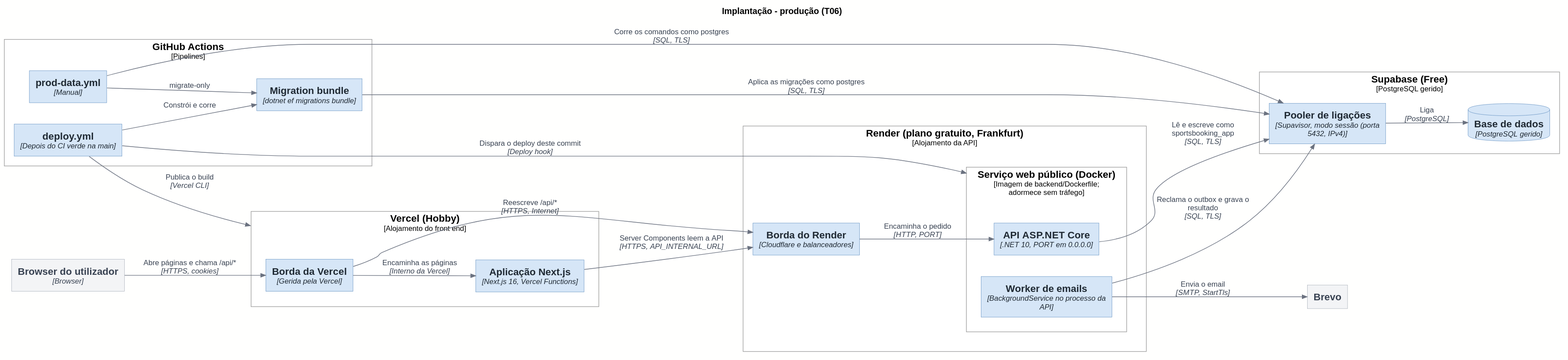
The PlantUML diagram docs/architecture/out/04-deployment-prod.svg in rodrigo4sousa/SportsEstablishments, before a commit.
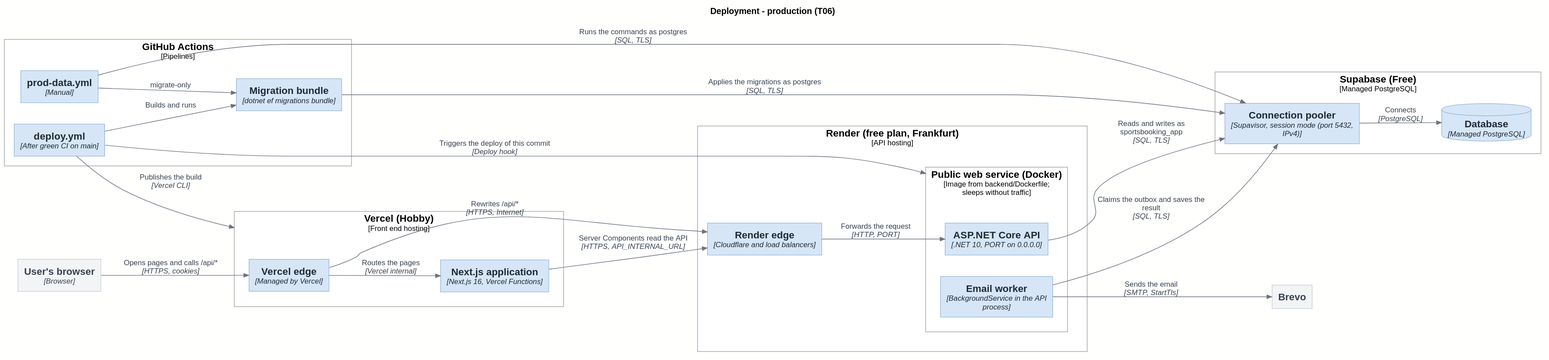
Later version of the same file.

Change to the diagram source:
```diff
@@ -2,51 +2,51 @@
 !include <C4/C4_Deployment>
 !include ../style.puml
 
-title Implantação - produção (T06)
+title Deployment - production (T06)
 
 LAYOUT_LEFT_RIGHT()
 
-Container_Ext(C_BROWSER, "Browser do utilizador", "Browser")
+Container_Ext(C_BROWSER, "User's browser", "Browser")
 
-Deployment_Node(PL_VERCEL, "Vercel (Hobby)", "Alojamento do front end") {
-  Container(PL_VERCEL_EDGE, "Borda da Vercel", "Gerida pela Vercel")
-  Container(C_WEB, "Aplicação Next.js", "Next.js 16, Vercel Functions")
+Deployment_Node(PL_VERCEL, "Vercel (Hobby)", "Front end hosting") {
+  Container(PL_VERCEL_EDGE, "Vercel edge", "Managed by Vercel")
+  Container(C_WEB, "Next.js application", "Next.js 16, Vercel Functions")
 }
 
-Deployment_Node(PL_RENDER, "Render (plano gratuito, Frankfurt)", "Alojamento da API") {
-  Container(PL_RENDER_EDGE, "Borda do Render", "Cloudflare e balanceadores")
-  Deployment_Node(PL_RENDER_API, "Serviço web público (Docker)", "Imagem de backend/Dockerfile; adormece sem tráfego") {
-    Container(C_API, "API ASP.NET Core", ".NET 10, PORT em 0.0.0.0")
-    Container(C_WORKER, "Worker de emails", "BackgroundService no processo da API")
+Deployment_Node(PL_RENDER, "Render (free plan, Frankfurt)", "API hosting") {
+  Container(PL_RENDER_EDGE, "Render edge", "Cloudflare and load balancers")
+  Deployment_Node(PL_RENDER_API, "Public web service (Docker)", "Image from backend/Dockerfile; sleeps without traffic") {
+    Container(C_API, "ASP.NET Core API", ".NET 10, PORT on 0.0.0.0")
+    Container(C_WORKER, "Email worker", "BackgroundService in the API process")
   }
 }
 
-Deployment_Node(PL_SUPABASE, "Supabase (Free)", "PostgreSQL gerido") {
-  Container(PL_SUPAPOOL, "Pooler de ligações", "Supavisor, modo sessão (porta 5432, IPv4)")
-  ContainerDb(C_DB, "Base de dados", "PostgreSQL gerido")
+Deployment_Node(PL_SUPABASE, "Supabase (Free)", "Managed PostgreSQL") {
+  Container(PL_SUPAPOOL, "Connection pooler", "Supavisor, session mode (port 5432, IPv4)")
+  ContainerDb(C_DB, "Database", "Managed PostgreSQL")
 }
 
 System_Ext(PL_BREVO, "Brevo")
 
 Deployment_Node(X_GHA, "GitHub Actions", "Pipelines") {
-  Container(PL_DEPLOY, "deploy.yml", "Depois do CI verde na main")
+  Container(PL_DEPLOY, "deploy.yml", "After green CI on main")
   Container(PL_PRODDATA, "prod-data.yml", "Manual")
   Container(PL_MIGBUNDLE, "Migration bundle", "dotnet ef migrations bundle")
 }
 
-Rel(C_BROWSER, PL_VERCEL_EDGE, $plain("Abre páginas e chama /api/*"), "HTTPS, cookies")
-Rel(PL_VERCEL_EDGE, C_WEB, $plain("Encaminha as páginas"), "Interno da Vercel")
-Rel(PL_VERCEL_EDGE, PL_RENDER_EDGE, $plain("Reescreve /api/*"), "HTTPS, Internet")
-Rel(C_WEB, PL_RENDER_EDGE, $plain("Server Components leem a API"), "HTTPS, API_INTERNAL_URL")
-Rel(PL_RENDER_EDGE, C_API, $plain("Encaminha o pedido"), "HTTP, PORT")
-Rel(C_API, PL_SUPAPOOL, $plain("Lê e escreve como sportsbooking_app"), "SQL, TLS")
-Rel(C_WORKER, PL_SUPAPOOL, $plain("Reclama o outbox e grava o resultado"), "SQL, TLS")
-Rel(PL_SUPAPOOL, C_DB, $plain("Liga"), "PostgreSQL")
-Rel(C_WORKER, PL_BREVO, $plain("Envia o email"), "SMTP, StartTls")
-Rel(PL_DEPLOY, PL_MIGBUNDLE, $plain("Constrói e corre"), "")
+Rel(C_BROWSER, PL_VERCEL_EDGE, $plain("Opens pages and calls /api/*"), "HTTPS, cookies")
+Rel(PL_VERCEL_EDGE, C_WEB, $plain("Routes the pages"), "Vercel internal")
+Rel(PL_VERCEL_EDGE, PL_RENDER_EDGE, $plain("Rewrites /api/*"), "HTTPS, Internet")
+Rel(C_WEB, PL_RENDER_EDGE, $plain("Server Components read the API"), "HTTPS, API_INTERNAL_URL")
+Rel(PL_RENDER_EDGE, C_API, $plain("Forwards the request"), "HTTP, PORT")
+Rel(C_API, PL_SUPAPOOL, $plain("Reads and writes as sportsbooking_app"), "SQL, TLS")
+Rel(C_WORKER, PL_SUPAPOOL, $plain("Claims the outbox and saves the result"), "SQL, TLS")
+Rel(PL_SUPAPOOL, C_DB, $plain("Connects"), "PostgreSQL")
+Rel(C_WORKER, PL_BREVO, $plain("Sends the email"), "SMTP, StartTls")
+Rel(PL_DEPLOY, PL_MIGBUNDLE, $plain("Builds and runs"), "")
 Rel(PL_PRODDATA, PL_MIGBUNDLE, $plain("migrate-only"), "")
-Rel(PL_MIGBUNDLE, PL_SUPAPOOL, $plain("Aplica as migrações como postgres"), "SQL, TLS")
-Rel(PL_PRODDATA, PL_SUPAPOOL, $plain("Corre os comandos como postgres"), "SQL, TLS")
-Rel(PL_DEPLOY, PL_RENDER_API, $plain("Dispara o deploy deste commit"), "Deploy hook")
-Rel(PL_DEPLOY, PL_VERCEL, $plain("Publica o build"), "Vercel CLI")
+Rel(PL_MIGBUNDLE, PL_SUPAPOOL, $plain("Applies the migrations as postgres"), "SQL, TLS")
+Rel(PL_PRODDATA, PL_SUPAPOOL, $plain("Runs the commands as postgres"), "SQL, TLS")
+Rel(PL_DEPLOY, PL_RENDER_API, $plain("Triggers the deploy of this commit"), "Deploy hook")
+Rel(PL_DEPLOY, PL_VERCEL, $plain("Publishes the build"), "Vercel CLI")
 @enduml
```
